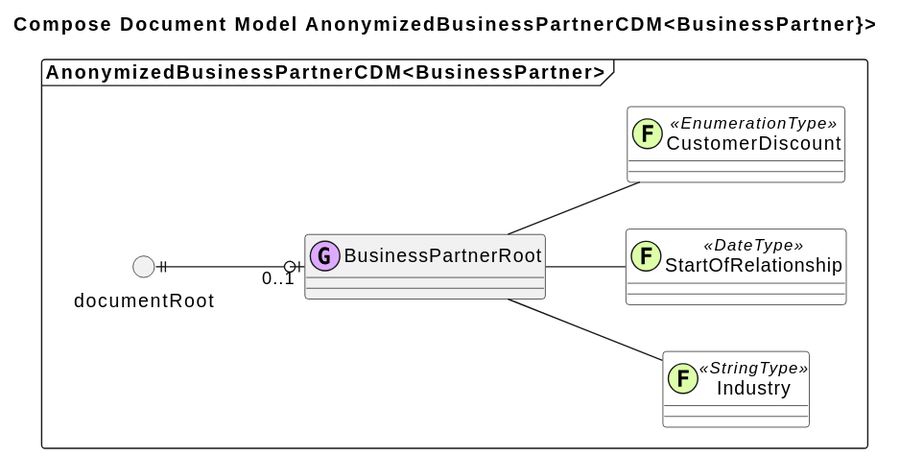
Before: dataservices-test-resources/src/main/resources/diagrams/images/AnonymizedBusinessPartnerCDM.svg, a diagram exported from PlantUML (mgm-tp/a12-dataservices). Its source is kept beside it as dataservices-test-resources/src/main/resources/diagrams/generated/AnonymizedBusinessPartnerCDM.puml. The source it was exported from:
```plantuml
@startuml

!procedure group(x)
class x << (G,#DDAAFF) >>
!endprocedure

!procedure cdmGroup(x)
group(x) #DDEEFF
!endprocedure

!procedure field(x)
class x << (F,#DDFFAA) >> #White
!endprocedure

!procedure embeddedField(name, type, fieldType)
name <<type>>: fieldType
!endprocedure

!procedure rule(x)
class x << (R,#DDBBAA) >> #FFDDEE
!endprocedure

!procedure embeddedRule(name, type)
<back:FFDDEE>name() <<type>></back>
!endprocedure

!procedure embeddedRule(name, type, $errorCondition)
.. <back:FFDDEE> name <<type>> </back> ..
<back:FFDDEE>errorCondition:</back> $errorCondition
!endprocedure

!procedure computation(x)
class x << (C,#DDBBAA) >> #FFEEDD
!endprocedure

!procedure computationAlternative($operation, $precondition)
.. alternative ..
operation: $operation
precondition: $precondition
!endprocedure

!procedure embeddedComputation(name, type, $operation, $precondition)
.. <back:FFEEDD> name <<type>> </back> ..
<back:FFEEDD>operation:</back> $operation
<back:FFEEDD>precondition:</back> $precondition
!endprocedure

!procedure document(x)
class x << (D,#AADDBB) >> #PowderBlue
!endprocedure

!procedure embeddedComputation(name, type )
<back:FFEEDD>name() <<type>></back>
!endprocedure

!procedure linkDocument(x)
class x << (L,#AADDFF) >> #PeachPuff
!endprocedure

!procedure linkGroup(x)
group(x) #PeachPuff
!endprocedure

!procedure relLink($name,$rmId,$link1,$link2,$ld="")
circle $name as $rmId #PeachPuff
$rmId $link1
$rmId $link2
!if $ld!=""
$rmId -[#IndianRed]right $ld: <<linkDocument>>
linkDocument($ld)
!endif
!endprocedure

skinparam linetype polyline
left to right direction

title Compose Document Model AnonymizedBusinessPartnerCDM<BusinessPartner}>

package "AnonymizedBusinessPartnerCDM<BusinessPartner>" as AnonymizedBusinessPartnerCDM <<Frame>> {
	() "documentRoot" as AnonymizedBusinessPartnerCDMDocumentRoot
	group('"BusinessPartnerRoot" as group_36405')
	field('"Industry" as field_d6580 <<StringType>>')
	group_36405 -- field_d6580
	field('"StartOfRelationship" as field_663d2 <<DateType>>')
	group_36405 -- field_663d2
	field('"CustomerDiscount" as field_74a24 <<EnumerationType>>')
	group_36405 -- field_74a24

	AnonymizedBusinessPartnerCDMDocumentRoot ||--o| "0..1" group_36405

}
@enduml
```
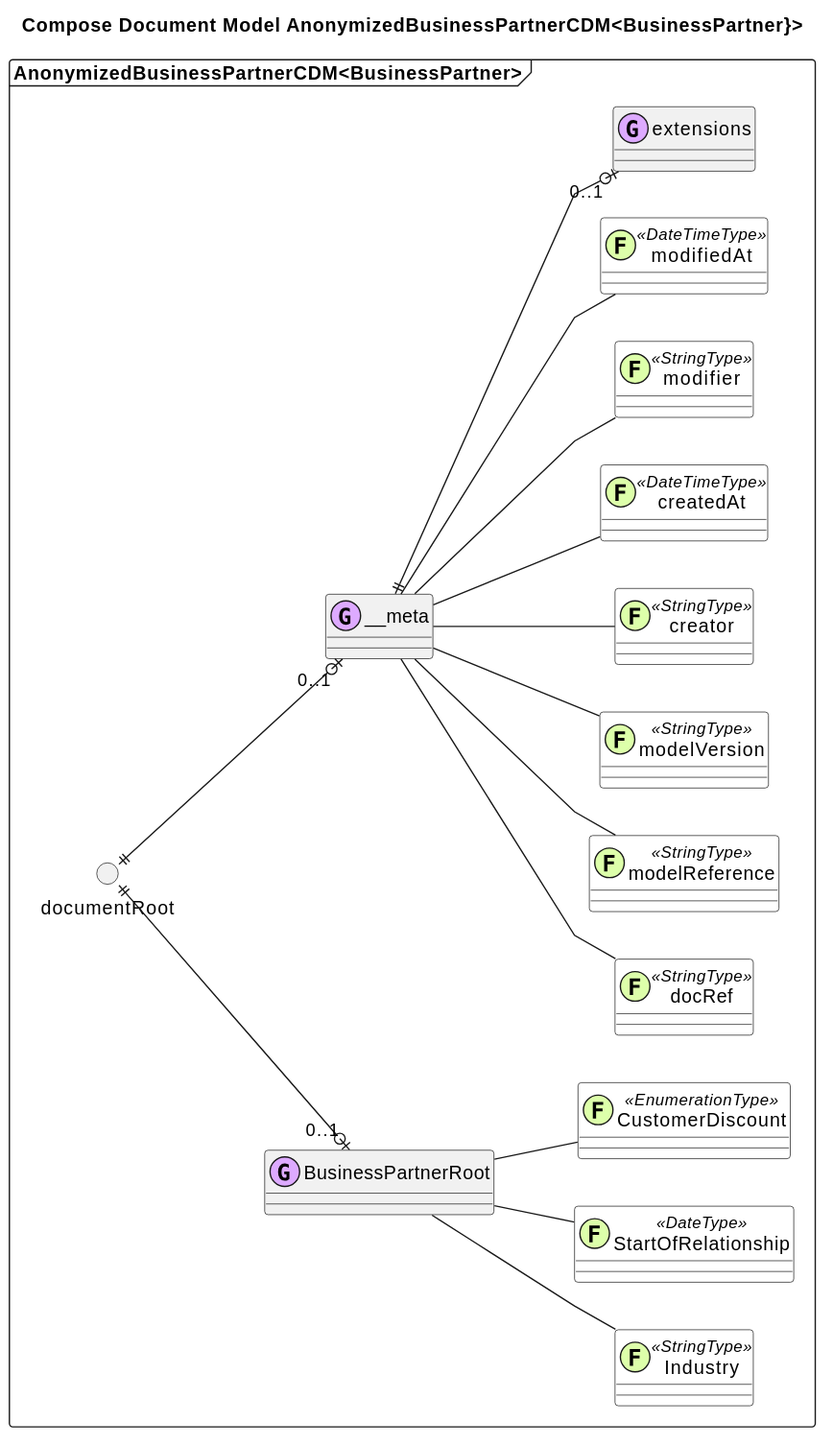
After the change.

What changed in the source:
```diff
@@ -88,5 +88,26 @@
 
 	AnonymizedBusinessPartnerCDMDocumentRoot ||--o| "0..1" group_36405
 
+	group('"__meta" as abc6a6767a60488754aace2accb73824_group_8f4b1')
+	field('"docRef" as abc6a6767a60488754aace2accb73824_field_1169c <<StringType>>')
+	abc6a6767a60488754aace2accb73824_group_8f4b1 -- abc6a6767a60488754aace2accb73824_field_1169c
+	field('"modelReference" as abc6a6767a60488754aace2accb73824_field_cfb40 <<StringType>>')
+	abc6a6767a60488754aace2accb73824_group_8f4b1 -- abc6a6767a60488754aace2accb73824_field_cfb40
+	field('"modelVersion" as abc6a6767a60488754aace2accb73824_field_17e3b <<StringType>>')
+	abc6a6767a60488754aace2accb73824_group_8f4b1 -- abc6a6767a60488754aace2accb73824_field_17e3b
+	field('"creator" as abc6a6767a60488754aace2accb73824_field_cdaf9 <<StringType>>')
+	abc6a6767a60488754aace2accb73824_group_8f4b1 -- abc6a6767a60488754aace2accb73824_field_cdaf9
+	field('"createdAt" as abc6a6767a60488754aace2accb73824_field_65672 <<DateTimeType>>')
+	abc6a6767a60488754aace2accb73824_group_8f4b1 -- abc6a6767a60488754aace2accb73824_field_65672
+	field('"modifier" as abc6a6767a60488754aace2accb73824_field_1fa32 <<StringType>>')
+	abc6a6767a60488754aace2accb73824_group_8f4b1 -- abc6a6767a60488754aace2accb73824_field_1fa32
+	field('"modifiedAt" as abc6a6767a60488754aace2accb73824_field_5cd66 <<DateTimeType>>')
+	abc6a6767a60488754aace2accb73824_group_8f4b1 -- abc6a6767a60488754aace2accb73824_field_5cd66
+	group('"extensions" as abc6a6767a60488754aace2accb73824_group_4c9a1')
+
+	abc6a6767a60488754aace2accb73824_group_8f4b1 ||--o| "0..1" abc6a6767a60488754aace2accb73824_group_4c9a1
+
+	AnonymizedBusinessPartnerCDMDocumentRoot ||--o| "0..1" abc6a6767a60488754aace2accb73824_group_8f4b1
+
 }
 @enduml
```
